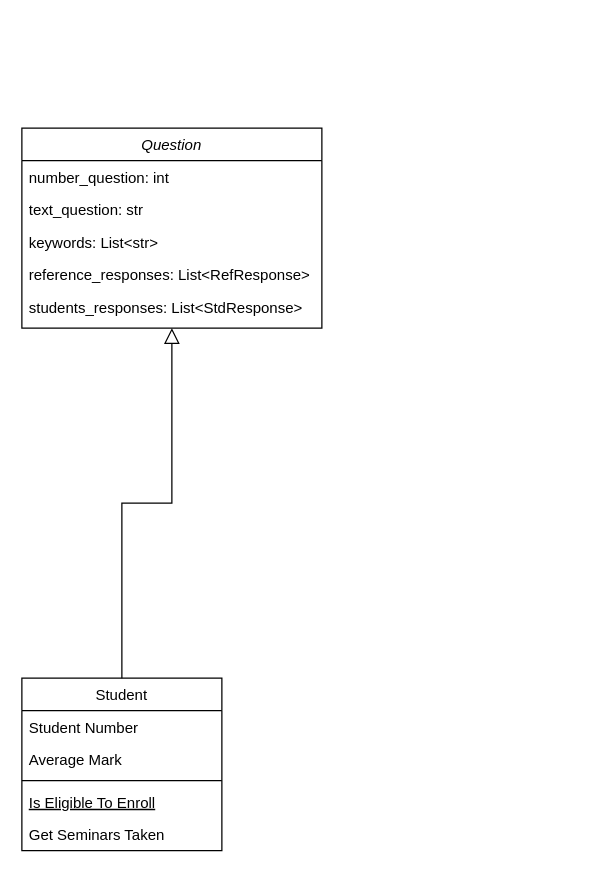
luca-moraes/relatorioParcialTCC keeps this draw.io diagram as dataClassModels/DataClassModelsTCC.drawio. Above is the earlier version. Source tidied: cells renumbered, new cells numbered last; positions are measured from the earlier drawing's top-left corner, leaving out a move shared by most shapes. Both pictures are drawn from the tidied source at 125%, with x=0, y=0 at pixel (21, 128).
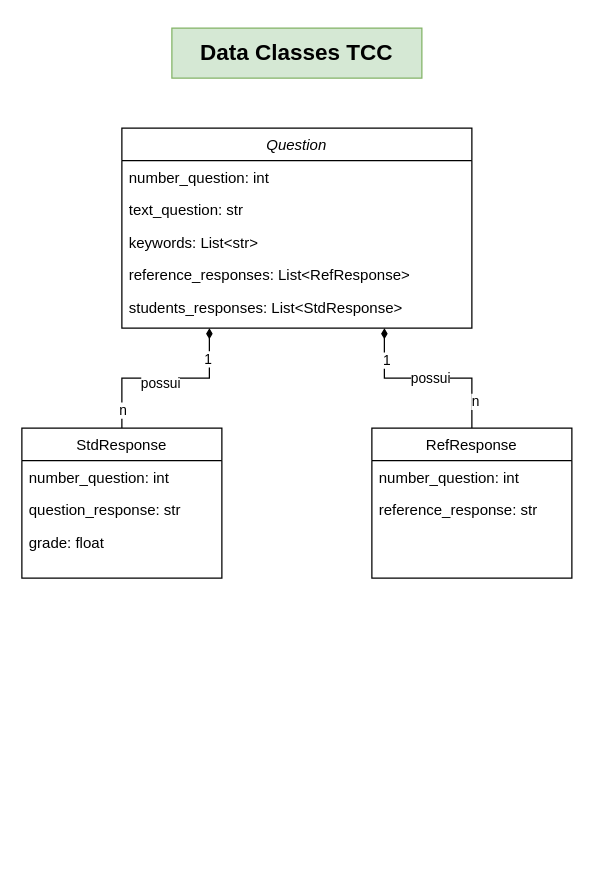
The same diagram, later.

Change to the diagram source:
```diff
@@
     <mxCell id="2" value="Question" style="swimlane;fontStyle=2;align=center;verticalAlign=top;horizontal=1;startSize=26;rounded=0;shadow=0;strokeWidth=1;" parent="1" vertex="1">
-      <mxGeometry width="240" height="160" as="geometry" />
+      <mxGeometry x="80" width="280" height="160" as="geometry" />
     </mxCell>
     <mxCell id="3" value="number_question: int" style="text;align=left;verticalAlign=top;spacingLeft=4;spacingRight=4;overflow=hidden;" parent="2" vertex="1">
-      <mxGeometry y="26" width="240" height="26" as="geometry" />
+      <mxGeometry y="26" width="280" height="26" as="geometry" />
     </mxCell>
     <mxCell id="4" value="text_question: str" style="text;align=left;verticalAlign=top;spacingLeft=4;spacingRight=4;overflow=hidden;rounded=0;shadow=0;html=0;" parent="2" vertex="1">
-      <mxGeometry y="52" width="240" height="26" as="geometry" />
+      <mxGeometry y="52" width="280" height="26" as="geometry" />
     </mxCell>
     <mxCell id="5" value="keywords: List&lt;str&gt;" style="text;align=left;verticalAlign=top;spacingLeft=4;spacingRight=4;overflow=hidden;rounded=0;shadow=0;html=0;" parent="2" vertex="1">
-      <mxGeometry y="78" width="240" height="26" as="geometry" />
+      <mxGeometry y="78" width="280" height="26" as="geometry" />
     </mxCell>
     <mxCell id="6" value="reference_responses: List&lt;RefResponse&gt;" style="text;align=left;verticalAlign=top;spacingLeft=4;spacingRight=4;overflow=hidden;rounded=0;shadow=0;html=0;" parent="2" vertex="1">
-      <mxGeometry y="104" width="240" height="26" as="geometry" />
+      <mxGeometry y="104" width="280" height="26" as="geometry" />
     </mxCell>
     <mxCell id="7" value="students_responses: List&lt;StdResponse&gt;" style="text;align=left;verticalAlign=top;spacingLeft=4;spacingRight=4;overflow=hidden;rounded=0;shadow=0;html=0;" parent="2" vertex="1">
-      <mxGeometry y="130" width="240" height="26" as="geometry" />
+      <mxGeometry y="130" width="280" height="26" as="geometry" />
     </mxCell>
+    <mxCell id="14" style="edgeStyle=orthogonalEdgeStyle;rounded=0;jettySize=auto;html=1;exitX=0.5;exitY=0;exitDx=0;exitDy=0;entryX=0.25;entryY=1;entryDx=0;entryDy=0;endArrow=diamondThin;endFill=1;" parent="1" edge="1" source="8" target="2">
+      <mxGeometry relative="1" as="geometry" />
+    </mxCell>
+    <mxCell id="15" value="1" style="edgeLabel;html=1;align=center;verticalAlign=middle;" parent="14" vertex="1">
+      <mxGeometry x="0.68" y="2" relative="1" as="geometry" />
+    </mxCell>
+    <mxCell id="16" value="possui" style="edgeLabel;html=1;align=center;verticalAlign=middle;" parent="14" vertex="1">
+      <mxGeometry x="-0.07" y="-3" relative="1" as="geometry" />
+    </mxCell>
+    <mxCell id="17" value="n" style="edgeLabel;html=1;align=center;verticalAlign=middle;" parent="14" vertex="1">
+      <mxGeometry x="-0.8" relative="1" as="geometry" />
+    </mxCell>
-    <mxCell id="8" value="Student" style="swimlane;fontStyle=0;align=center;verticalAlign=top;horizontal=1;startSize=26;rounded=0;shadow=0;strokeWidth=1;" parent="1" vertex="1">
-      <mxGeometry y="440" width="160" height="138" as="geometry" />
+    <mxCell id="8" value="StdResponse" style="swimlane;fontStyle=0;align=center;verticalAlign=top;horizontal=1;startSize=26;rounded=0;shadow=0;strokeWidth=1;" parent="1" vertex="1">
+      <mxGeometry y="240" width="160" height="120" as="geometry" />
     </mxCell>
-    <mxCell id="9" value="Student Number" style="text;align=left;verticalAlign=top;spacingLeft=4;spacingRight=4;overflow=hidden;" parent="8" vertex="1">
-      <mxGeometry y="26" width="160" height="26" as="geometry" />
-    </mxCell>
-    <mxCell id="10" value="Average Mark" style="text;align=left;verticalAlign=top;spacingLeft=4;spacingRight=4;overflow=hidden;rounded=0;shadow=0;html=0;" parent="8" vertex="1">
-      <mxGeometry y="52" width="160" height="26" as="geometry" />
-    </mxCell>
-    <mxCell id="11" style="line;html=1;strokeWidth=1;align=left;verticalAlign=middle;spacingTop=-1;spacingLeft=3;spacingRight=3;labelPosition=right;" parent="8" vertex="1">
-      <mxGeometry y="78" width="160" height="8" as="geometry" />
-    </mxCell>
-    <mxCell id="12" value="Is Eligible To Enroll" style="text;align=left;verticalAlign=top;spacingLeft=4;spacingRight=4;overflow=hidden;fontStyle=4;" parent="8" vertex="1">
-      <mxGeometry y="86" width="160" height="26" as="geometry" />
-    </mxCell>
-    <mxCell id="13" value="Get Seminars Taken" style="text;align=left;verticalAlign=top;spacingLeft=4;spacingRight=4;overflow=hidden;" parent="8" vertex="1">
-      <mxGeometry y="112" width="160" height="26" as="geometry" />
-    </mxCell>
-    <mxCell id="14" style="endArrow=block;endSize=10;endFill=0;shadow=0;strokeWidth=1;rounded=0;curved=0;edgeStyle=elbowEdgeStyle;elbow=vertical;" parent="1" edge="1" source="8" target="2">
-      <mxGeometry relative="1" as="geometry" />
-    </mxCell>
+    <mxCell id="18" value="number_question: int" style="text;align=left;verticalAlign=top;spacingLeft=4;spacingRight=4;overflow=hidden;" parent="8" vertex="1">
+      <mxGeometry y="26" width="160" height="26" as="geometry" />
+    </mxCell>
+    <mxCell id="19" value="question_response: str" style="text;align=left;verticalAlign=top;spacingLeft=4;spacingRight=4;overflow=hidden;" parent="8" vertex="1">
+      <mxGeometry y="52" width="160" height="26" as="geometry" />
+    </mxCell>
+    <mxCell id="20" value="grade: float" style="text;align=left;verticalAlign=top;spacingLeft=4;spacingRight=4;overflow=hidden;" parent="8" vertex="1">
+      <mxGeometry y="78" width="160" height="26" as="geometry" />
+    </mxCell>
+    <mxCell id="21" value="&lt;h2&gt;Data Classes TCC&lt;/h2&gt;" style="text;html=1;align=center;verticalAlign=middle;whiteSpace=wrap;rounded=0;fillColor=#d5e8d4;strokeColor=#82b366;" parent="1" vertex="1">
+      <mxGeometry x="120" y="-80" width="200" height="40" as="geometry" />
+    </mxCell>
+    <mxCell id="22" style="edgeStyle=orthogonalEdgeStyle;rounded=0;jettySize=auto;html=1;exitX=0.5;exitY=0;exitDx=0;exitDy=0;entryX=0.75;entryY=1;entryDx=0;entryDy=0;endArrow=diamondThin;endFill=1;" parent="1" edge="1" source="26" target="2">
+      <mxGeometry relative="1" as="geometry" />
+    </mxCell>
+    <mxCell id="23" value="1" style="edgeLabel;html=1;align=center;verticalAlign=middle;" parent="22" vertex="1">
+      <mxGeometry x="0.67" y="-1" relative="1" as="geometry" />
+    </mxCell>
+    <mxCell id="24" value="possui" style="edgeLabel;html=1;align=center;verticalAlign=middle;" parent="22" vertex="1">
+      <mxGeometry x="-0.01" y="-1" relative="1" as="geometry" />
+    </mxCell>
+    <mxCell id="25" value="n" style="edgeLabel;html=1;align=center;verticalAlign=middle;" parent="22" vertex="1">
+      <mxGeometry x="-0.71" y="-2" relative="1" as="geometry" />
+    </mxCell>
+    <mxCell id="26" value="RefResponse" style="swimlane;fontStyle=0;align=center;verticalAlign=top;horizontal=1;startSize=26;rounded=0;shadow=0;strokeWidth=1;" parent="1" vertex="1">
+      <mxGeometry x="280" y="240" width="160" height="120" as="geometry" />
+    </mxCell>
+    <mxCell id="27" value="number_question: int" style="text;align=left;verticalAlign=top;spacingLeft=4;spacingRight=4;overflow=hidden;" parent="26" vertex="1">
+      <mxGeometry y="26" width="160" height="26" as="geometry" />
+    </mxCell>
+    <mxCell id="28" value="reference_response: str" style="text;align=left;verticalAlign=top;spacingLeft=4;spacingRight=4;overflow=hidden;" parent="26" vertex="1">
+      <mxGeometry y="52" width="160" height="26" as="geometry" />
+    </mxCell>
```
